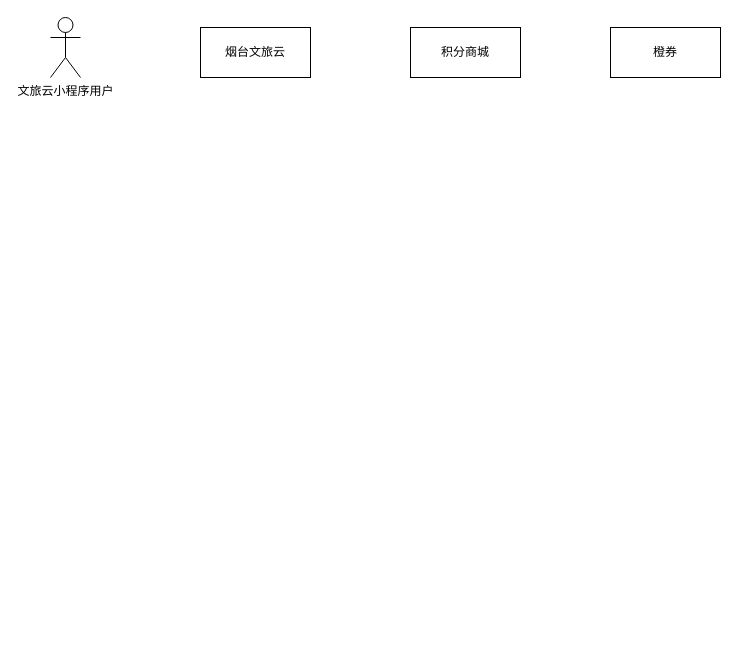
Before: 积分商城.drawio in z-cloud-z/draw, a draw.io diagram. Source tidied: cells renumbered, new cells numbered last; positions are measured from the earlier drawing's top-left corner, leaving out a move shared by most shapes. Both pictures are drawn from the tidied source at 100%, with x=0, y=0 at pixel (50, 17).
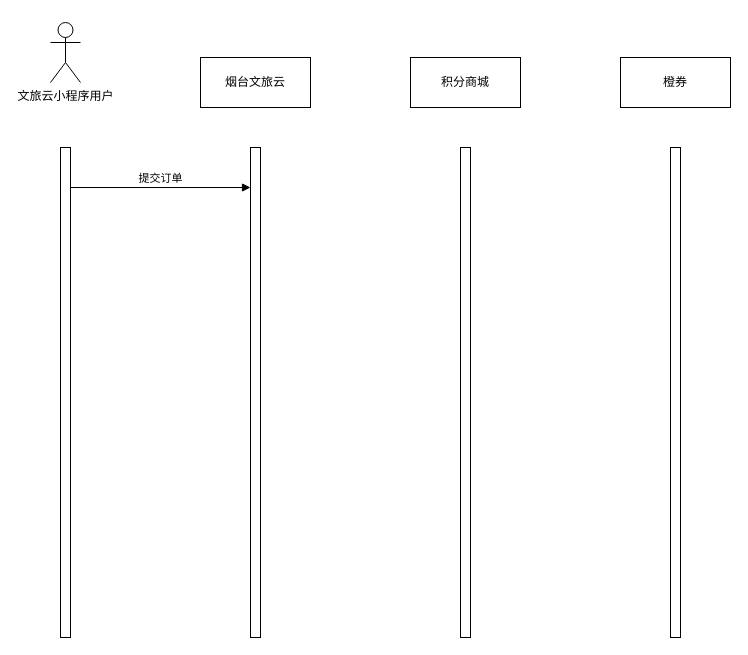
The same page after the edit.

Commit message (it also covers changes not shown here):
更新积分商城.drawio

Change to the diagram source:
```diff
@@
 <mxGraphModel>
   <root>
     <mxCell id="0" />
     <mxCell id="1" parent="0" />
     <mxCell id="2" value="文旅云小程序用户" style="shape=umlActor;verticalLabelPosition=bottom;verticalAlign=top;html=1;" parent="1" vertex="1">
-      <mxGeometry width="30" height="60" as="geometry" />
+      <mxGeometry y="5" width="30" height="60" as="geometry" />
     </mxCell>
     <mxCell id="3" value="烟台文旅云" style="html=1;whiteSpace=wrap;" parent="1" vertex="1">
-      <mxGeometry x="150" y="10" width="110" height="50" as="geometry" />
+      <mxGeometry x="150" y="40" width="110" height="50" as="geometry" />
     </mxCell>
     <mxCell id="4" value="积分商城" style="html=1;whiteSpace=wrap;" parent="1" vertex="1">
-      <mxGeometry x="360" y="10" width="110" height="50" as="geometry" />
+      <mxGeometry x="360" y="40" width="110" height="50" as="geometry" />
     </mxCell>
     <mxCell id="5" value="橙券" style="html=1;whiteSpace=wrap;" parent="1" vertex="1">
-      <mxGeometry x="560" y="10" width="110" height="50" as="geometry" />
+      <mxGeometry x="570" y="40" width="110" height="50" as="geometry" />
     </mxCell>
+    <mxCell id="6" style="html=1;perimeter=orthogonalPerimeter;targetShapes=umlLifeline;newEdgeStyle={&quot;curved&quot;:0,&quot;rounded&quot;:0};" parent="1" vertex="1">
+      <mxGeometry x="10" y="130" width="10" height="490" as="geometry" />
+    </mxCell>
+    <mxCell id="7" style="html=1;points=[[0,0,0,0,5],[0,1,0,0,-5],[1,0,0,0,5],[1,1,0,0,-5]];perimeter=orthogonalPerimeter;outlineConnect=0;targetShapes=umlLifeline;portConstraint=eastwest;newEdgeStyle={&quot;curved&quot;:0,&quot;rounded&quot;:0};" parent="1" vertex="1">
+      <mxGeometry x="200" y="130" width="10" height="490" as="geometry" />
+    </mxCell>
+    <mxCell id="8" style="html=1;perimeter=orthogonalPerimeter;targetShapes=umlLifeline;newEdgeStyle={&quot;curved&quot;:0,&quot;rounded&quot;:0};" parent="1" vertex="1">
+      <mxGeometry x="410" y="130" width="10" height="490" as="geometry" />
+    </mxCell>
+    <mxCell id="9" style="html=1;perimeter=orthogonalPerimeter;targetShapes=umlLifeline;newEdgeStyle={&quot;curved&quot;:0,&quot;rounded&quot;:0};" parent="1" vertex="1">
+      <mxGeometry x="620" y="130" width="10" height="490" as="geometry" />
+    </mxCell>
+    <mxCell id="10" value="提交订单" style="html=1;verticalAlign=bottom;endArrow=block;curved=0;rounded=0;" parent="1" edge="1" target="7">
+      <mxGeometry relative="1" as="geometry">
+        <mxPoint x="20" y="170" as="sourcePoint" />
+      </mxGeometry>
+    </mxCell>
   </root>
 </mxGraphModel>
```
